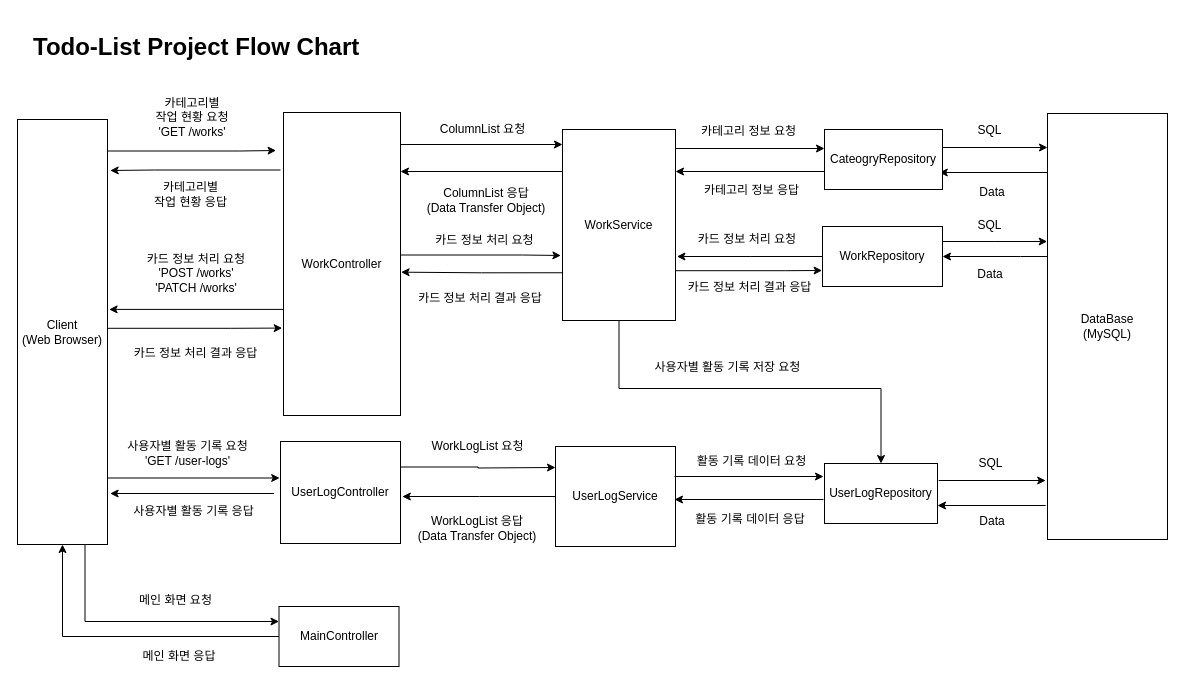
Above: page "Page-8" (11 of 12) of Untitled Diagram.drawio in ikjo93/Class-Diagram (draw.io), before the change. Source tidied: cells renumbered, new cells numbered last; positions are measured from the earlier drawing's top-left corner, leaving out a move shared by most shapes. Both pictures are drawn from the tidied source at 100%, with x=0, y=0 at pixel (17, 27).
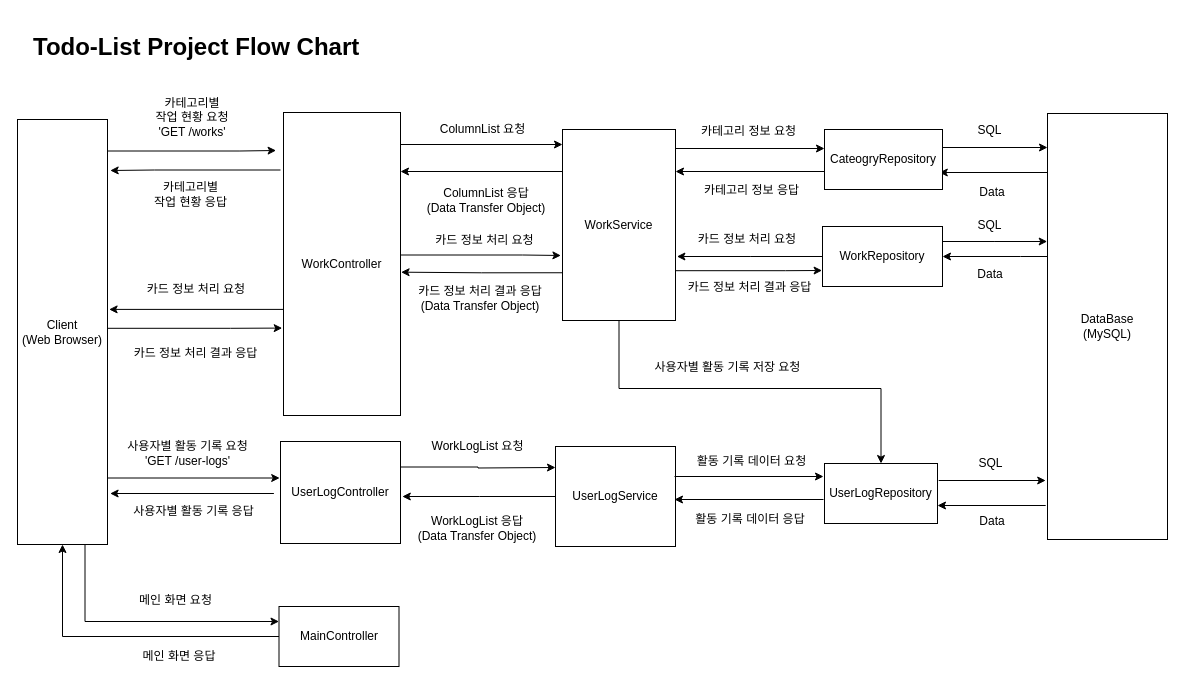
The same diagram, later.

Change to the diagram source:
```diff
@@
-    <mxCell id="45" value="카드 정보 처리 요청&lt;br&gt;'POST /works'&lt;br&gt;'PATCH /works'" style="text;html=1;strokeColor=none;fillColor=none;align=center;verticalAlign=middle;whiteSpace=wrap;rounded=0;" parent="1" vertex="1">
-      <mxGeometry x="109.5" y="211.5" width="138" height="69.5" as="geometry" />
+    <mxCell id="45" value="카드 정보 처리 요청" style="text;html=1;strokeColor=none;fillColor=none;align=center;verticalAlign=middle;whiteSpace=wrap;rounded=0;" parent="1" vertex="1">
+      <mxGeometry x="109.5" y="240" width="138" height="43.8" as="geometry" />
     </mxCell>
@@
-    <mxCell id="59" value="카드 정보 처리 결과 응답" style="text;html=1;strokeColor=none;fillColor=none;align=center;verticalAlign=middle;whiteSpace=wrap;rounded=0;" parent="1" vertex="1">
+    <mxCell id="59" value="카드 정보 처리 결과 응답&lt;br&gt;(Data Transfer Object)" style="text;html=1;strokeColor=none;fillColor=none;align=center;verticalAlign=middle;whiteSpace=wrap;rounded=0;" parent="1" vertex="1">
       <mxGeometry x="388" y="256" width="150" height="30" as="geometry" />
     </mxCell>
```
